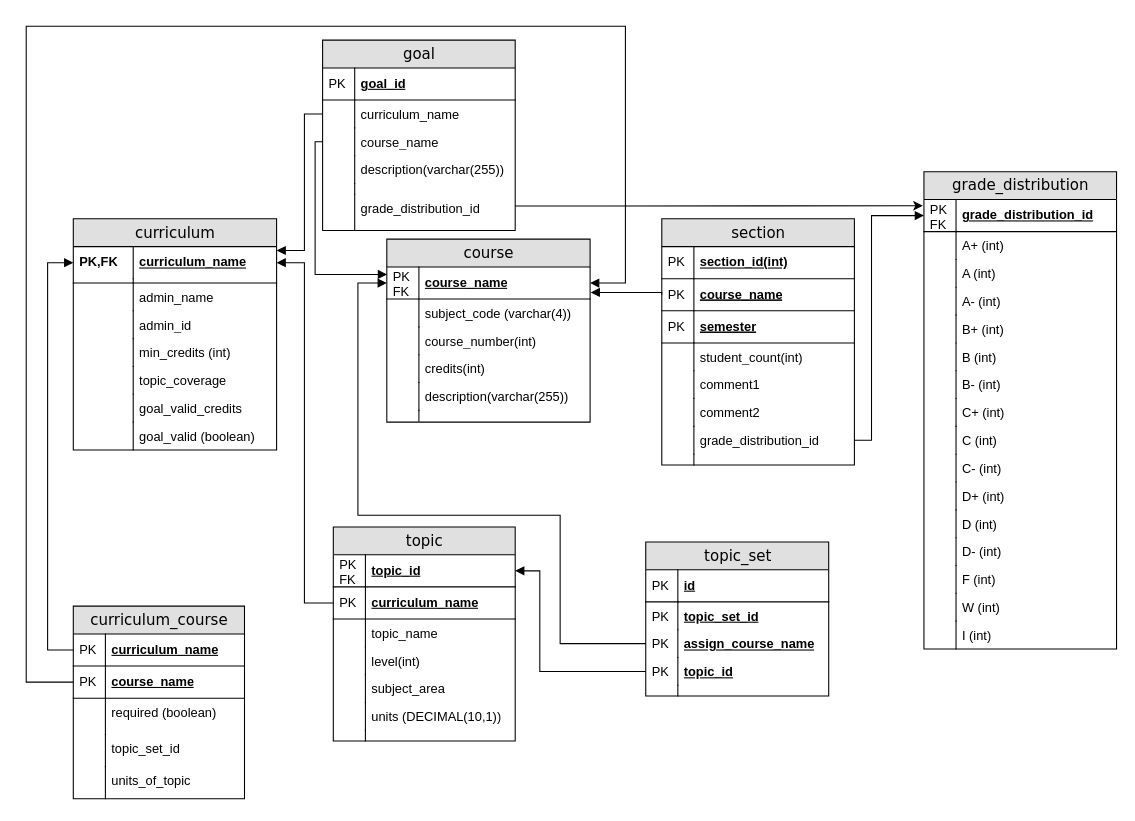
Earlier version of the draw.io diagram relational_model.drawio (RoyXingan/DatabaseProject). Source tidied: cells renumbered, new cells numbered last; positions are measured from the earlier drawing's top-left corner, leaving out a move shared by most shapes. Both pictures are drawn from the tidied source at 107%, with x=0, y=0 at pixel (26, 26).
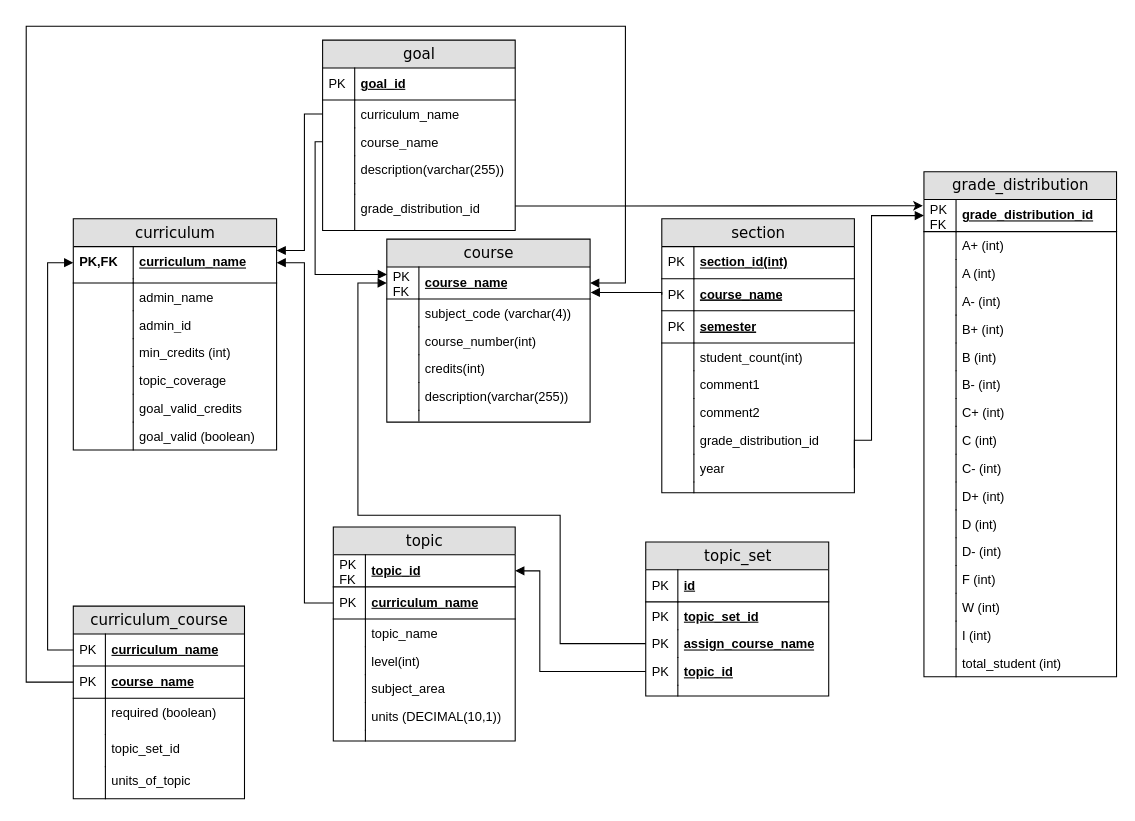
Above is the later version.

Commit message:
Updated relational model

What changed in the source:
```diff
@@
     <mxCell id="82" value="section" style="swimlane;html=1;fontStyle=0;horizontal=1;startSize=26;fillColor=#e0e0e0;swimlaneFillColor=#ffffff;align=center;rounded=0;shadow=0;comic=0;labelBackgroundColor=none;strokeColor=#000000;strokeWidth=1;fontFamily=Verdana;fontSize=14;fontColor=#000000;swimlaneLine=1;" parent="1" vertex="1">
-      <mxGeometry x="594" y="180" width="180" height="230" as="geometry" />
+      <mxGeometry x="594" y="180" width="180" height="256" as="geometry" />
     </mxCell>
@@
+    <mxCell id="142" value="grade_distribution_id" style="shape=partialRectangle;top=0;left=0;right=0;bottom=0;html=1;align=left;verticalAlign=top;fillColor=none;spacingLeft=34;spacingRight=4;whiteSpace=wrap;overflow=hidden;" parent="82" vertex="1">
+      <mxGeometry y="194" width="180" height="26" as="geometry" />
+    </mxCell>
+    <mxCell id="143" style="shape=partialRectangle;top=0;left=0;bottom=0;html=1;fillColor=none;align=left;verticalAlign=top;spacingLeft=4;spacingRight=4;whiteSpace=wrap;overflow=hidden;" parent="142" vertex="1">
+      <mxGeometry width="30" height="26" as="geometry" />
+    </mxCell>
-    <mxCell id="95" value="grade_distribution_id" style="shape=partialRectangle;top=0;left=0;right=0;bottom=0;html=1;align=left;verticalAlign=top;fillColor=none;spacingLeft=34;spacingRight=4;whiteSpace=wrap;overflow=hidden;points=[[0,0.5],[1,0.5]];portConstraint=eastwest;" parent="82" vertex="1">
-      <mxGeometry y="194" width="180" height="26" as="geometry" />
+    <mxCell id="95" value="year" style="shape=partialRectangle;top=0;left=0;right=0;bottom=0;html=1;align=left;verticalAlign=top;fillColor=none;spacingLeft=34;spacingRight=4;whiteSpace=wrap;overflow=hidden;points=[[0,0.5],[1,0.5]];portConstraint=eastwest;" parent="82" vertex="1">
+      <mxGeometry y="220" width="180" height="26" as="geometry" />
     </mxCell>
@@
     <mxCell id="97" style="shape=partialRectangle;top=0;left=0;right=0;bottom=0;html=1;align=left;verticalAlign=top;fillColor=none;spacingLeft=34;spacingRight=4;whiteSpace=wrap;overflow=hidden;" parent="82" vertex="1">
-      <mxGeometry y="220" width="180" height="10" as="geometry" />
+      <mxGeometry y="246" width="180" height="10" as="geometry" />
     </mxCell>
@@
     <mxCell id="99" value="grade_distribution" style="swimlane;html=1;fontStyle=0;horizontal=1;startSize=26;fillColor=#e0e0e0;swimlaneFillColor=#ffffff;align=center;rounded=0;shadow=0;comic=0;labelBackgroundColor=none;strokeColor=#000000;strokeWidth=1;fontFamily=Verdana;fontSize=14;fontColor=#000000;swimlaneLine=1;" parent="1" vertex="1">
-      <mxGeometry x="839" y="136" width="180" height="446" as="geometry" />
+      <mxGeometry x="839" y="136" width="180" height="472" as="geometry" />
     </mxCell>
@@
+    <mxCell id="144" value="total_student (int)" style="shape=partialRectangle;top=0;left=0;right=0;bottom=0;html=1;align=left;verticalAlign=top;fillColor=none;spacingLeft=34;spacingRight=4;whiteSpace=wrap;overflow=hidden;" parent="99" vertex="1">
+      <mxGeometry y="446" width="180" height="26" as="geometry" />
+    </mxCell>
+    <mxCell id="145" style="shape=partialRectangle;top=0;left=0;bottom=0;html=1;fillColor=none;align=left;verticalAlign=top;spacingLeft=4;spacingRight=4;whiteSpace=wrap;overflow=hidden;" parent="144" vertex="1">
+      <mxGeometry width="30" height="26" as="geometry" />
+    </mxCell>
```
